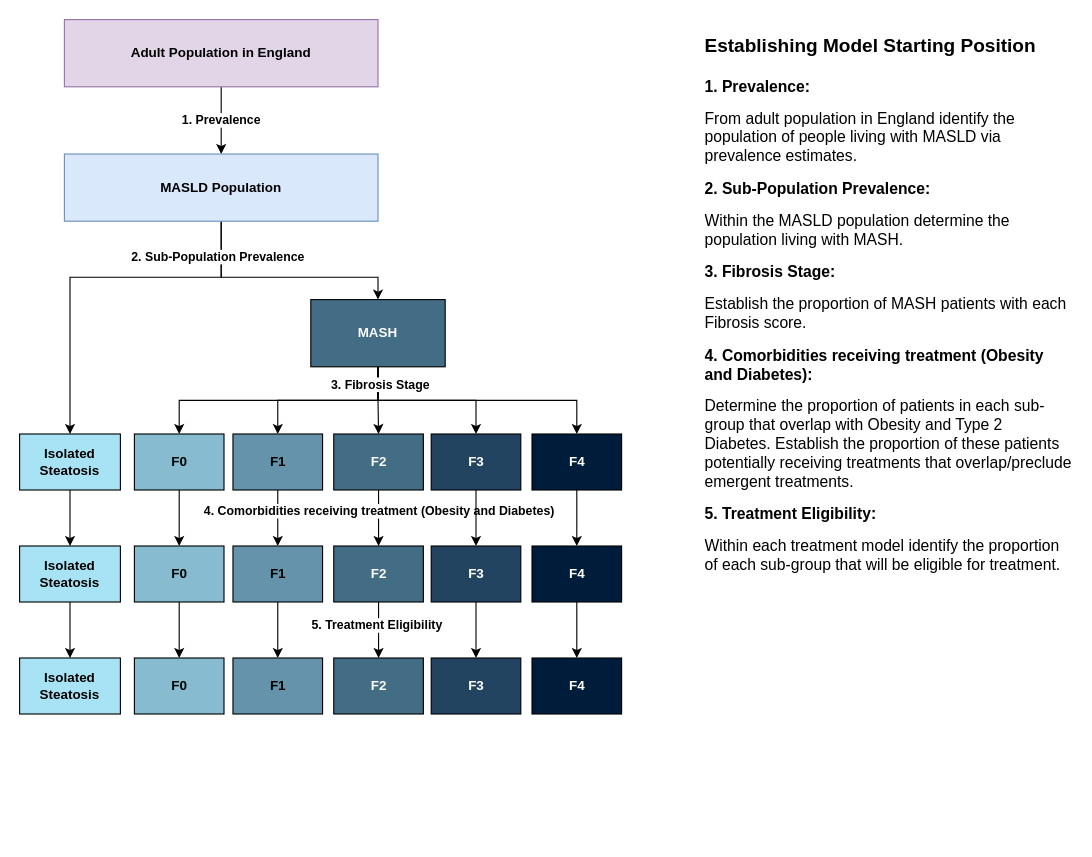
Before: page "Population Definition" (1 of 2) of documentation/specification/diagrams/masld_treatment_modelling_plan.drawio in NHS-Transformation-Unit/masld_treatments_model, a draw.io diagram. Source tidied: cells renumbered, new cells numbered last; positions are measured from the earlier drawing's top-left corner, leaving out a move shared by most shapes. Both pictures are drawn from the tidied source at 112%, with x=0, y=0 at pixel (19, 19).
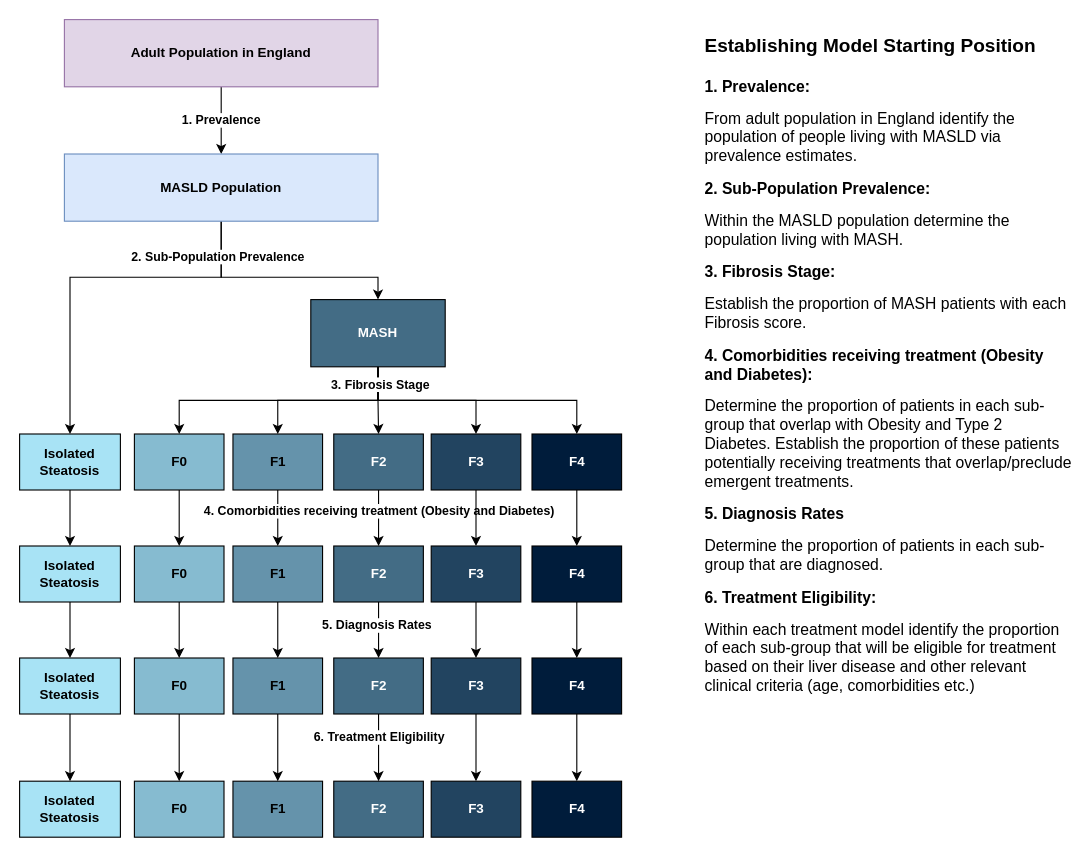
Above is the later version.

The change refers to these unchanged cells:
```xml
<mxCell id="34" style="edgeStyle=orthogonalEdgeStyle;rounded=0;jettySize=auto;html=1;fontStyle=1;" parent="1" edge="1" source="36" target="44">
  <mxGeometry relative="1" as="geometry" />
</mxCell>
<mxCell id="41" value="Isolated Steatosis" style="rounded=0;whiteSpace=wrap;html=1;fillColor=#A8E3F5;fontStyle=1;" parent="1" vertex="1">
  <mxGeometry y="570" width="90" height="50" as="geometry" />
</mxCell>
<mxCell id="42" value="F0" style="rounded=0;whiteSpace=wrap;html=1;fillColor=#86BBD0;fontStyle=1;" parent="1" vertex="1">
  <mxGeometry x="102.5" y="570" width="80" height="50" as="geometry" />
</mxCell>
<mxCell id="43" value="F1" style="rounded=0;whiteSpace=wrap;html=1;fillColor=#6593AB;fontStyle=1;" parent="1" vertex="1">
  <mxGeometry x="190.5" y="570" width="80" height="50" as="geometry" />
</mxCell>
<mxCell id="44" value="F2" style="rounded=0;whiteSpace=wrap;html=1;fillColor=#436C85;fontColor=#FFFFFF;fontStyle=1;" parent="1" vertex="1">
  <mxGeometry x="280.5" y="570" width="80" height="50" as="geometry" />
</mxCell>
<mxCell id="45" value="F3" style="rounded=0;whiteSpace=wrap;html=1;fillColor=#224460;fontColor=#FFFFFF;fontStyle=1;" parent="1" vertex="1">
  <mxGeometry x="367.5" y="570" width="80" height="50" as="geometry" />
</mxCell>
<mxCell id="46" value="F4" style="rounded=0;whiteSpace=wrap;html=1;fillColor=#001C3B;fontColor=#FFFFFF;fontStyle=1;" parent="1" vertex="1">
  <mxGeometry x="457.5" y="570" width="80" height="50" as="geometry" />
</mxCell>
```

Change to the diagram source:
```diff
@@
-    <mxCell id="35" value="5. Treatment Eligibility" style="edgeLabel;html=1;align=center;verticalAlign=middle;fontStyle=1;" parent="34" vertex="1">
+    <mxCell id="35" value="5. Diagnosis Rates" style="edgeLabel;html=1;align=center;verticalAlign=middle;fontStyle=1;" parent="34" vertex="1">
       <mxGeometry x="-0.2" y="-2" relative="1" as="geometry" />
     </mxCell>
@@
+    <mxCell id="48" style="edgeStyle=orthogonalEdgeStyle;rounded=0;jettySize=auto;html=1;" parent="1" edge="1" source="41" target="54">
+      <mxGeometry relative="1" as="geometry" />
+    </mxCell>
@@
+    <mxCell id="49" style="edgeStyle=orthogonalEdgeStyle;rounded=0;jettySize=auto;html=1;" parent="1" edge="1" source="42" target="55">
+      <mxGeometry relative="1" as="geometry" />
+    </mxCell>
@@
+    <mxCell id="50" style="edgeStyle=orthogonalEdgeStyle;rounded=0;jettySize=auto;html=1;" parent="1" edge="1" source="43" target="56">
+      <mxGeometry relative="1" as="geometry" />
+    </mxCell>
@@
+    <mxCell id="51" style="edgeStyle=orthogonalEdgeStyle;rounded=0;jettySize=auto;html=1;" parent="1" edge="1" source="44" target="57">
+      <mxGeometry relative="1" as="geometry" />
+    </mxCell>
@@
+    <mxCell id="52" style="edgeStyle=orthogonalEdgeStyle;rounded=0;jettySize=auto;html=1;" parent="1" edge="1" source="45" target="58">
+      <mxGeometry relative="1" as="geometry" />
+    </mxCell>
@@
+    <mxCell id="53" style="edgeStyle=orthogonalEdgeStyle;rounded=0;jettySize=auto;html=1;" parent="1" edge="1" source="46" target="59">
+      <mxGeometry relative="1" as="geometry" />
+    </mxCell>
@@
-    <mxCell id="47" value="&lt;h1 style=&quot;margin-top: 0px;&quot;&gt;&lt;font style=&quot;font-size: 17px;&quot;&gt;Establishing Model Starting Position&lt;/font&gt;&lt;/h1&gt;&lt;p&gt;&lt;b&gt;&lt;font style=&quot;font-size: 14px;&quot;&gt;1. Prevalence:&lt;/font&gt;&lt;/b&gt;&lt;/p&gt;&lt;p&gt;&lt;font style=&quot;font-size: 14px;&quot;&gt;From adult population in England identify the population of people living with MASLD via prevalence estimates.&lt;/font&gt;&lt;/p&gt;&lt;p&gt;&lt;b&gt;&lt;font style=&quot;font-size: 14px;&quot;&gt;2. Sub-Population Prevalence:&lt;/font&gt;&lt;/b&gt;&lt;/p&gt;&lt;p&gt;&lt;font style=&quot;font-size: 14px;&quot;&gt;Within the MASLD population determine the population living with MASH.&lt;/font&gt;&lt;/p&gt;&lt;p&gt;&lt;b&gt;&lt;font style=&quot;font-size: 14px;&quot;&gt;3. Fibrosis Stage:&lt;/font&gt;&lt;/b&gt;&lt;/p&gt;&lt;p&gt;&lt;font style=&quot;font-size: 14px;&quot;&gt;Establish the proportion of MASH patients with each Fibrosis score.&lt;/font&gt;&lt;/p&gt;&lt;p&gt;&lt;b&gt;&lt;font style=&quot;font-size: 14px;&quot;&gt;4. Comorbidities receiving treatment (Obesity and Diabetes):&lt;/font&gt;&lt;/b&gt;&lt;/p&gt;&lt;p&gt;&lt;font style=&quot;font-size: 14px;&quot;&gt;Determine the proportion of patients in each sub-group that overlap with Obesity and Type 2 Diabetes. Establish the proportion of these patients potentially receiving treatments that overlap/preclude emergent treatments.&lt;/font&gt;&lt;/p&gt;&lt;p&gt;&lt;b&gt;&lt;font style=&quot;font-size: 14px;&quot;&gt;5. Treatment Eligibility:&lt;/font&gt;&lt;/b&gt;&lt;/p&gt;&lt;p&gt;&lt;font style=&quot;font-size: 14px;&quot;&gt;Within each treatment model identify the proportion of each sub-group that will be eligible for treatment.&lt;/font&gt;&lt;/p&gt;" style="text;html=1;whiteSpace=wrap;overflow=hidden;rounded=0;" parent="1" vertex="1">
+    <mxCell id="47" value="&lt;h1 style=&quot;margin-top: 0px;&quot;&gt;&lt;font style=&quot;font-size: 17px;&quot;&gt;Establishing Model Starting Position&lt;/font&gt;&lt;/h1&gt;&lt;p&gt;&lt;b&gt;&lt;font style=&quot;font-size: 14px;&quot;&gt;1. Prevalence:&lt;/font&gt;&lt;/b&gt;&lt;/p&gt;&lt;p&gt;&lt;font style=&quot;font-size: 14px;&quot;&gt;From adult population in England identify the population of people living with MASLD via prevalence estimates.&lt;/font&gt;&lt;/p&gt;&lt;p&gt;&lt;b&gt;&lt;font style=&quot;font-size: 14px;&quot;&gt;2. Sub-Population Prevalence:&lt;/font&gt;&lt;/b&gt;&lt;/p&gt;&lt;p&gt;&lt;font style=&quot;font-size: 14px;&quot;&gt;Within the MASLD population determine the population living with MASH.&lt;/font&gt;&lt;/p&gt;&lt;p&gt;&lt;b&gt;&lt;font style=&quot;font-size: 14px;&quot;&gt;3. Fibrosis Stage:&lt;/font&gt;&lt;/b&gt;&lt;/p&gt;&lt;p&gt;&lt;font style=&quot;font-size: 14px;&quot;&gt;Establish the proportion of MASH patients with each Fibrosis score.&lt;/font&gt;&lt;/p&gt;&lt;p&gt;&lt;b&gt;&lt;font style=&quot;font-size: 14px;&quot;&gt;4. Comorbidities receiving treatment (Obesity and Diabetes):&lt;/font&gt;&lt;/b&gt;&lt;/p&gt;&lt;p&gt;&lt;font style=&quot;font-size: 14px;&quot;&gt;Determine the proportion of patients in each sub-group that overlap with Obesity and Type 2 Diabetes. Establish the proportion of these patients potentially receiving treatments that overlap/preclude emergent treatments.&lt;/font&gt;&lt;/p&gt;&lt;p&gt;&lt;span style=&quot;font-size: 14px;&quot;&gt;&lt;b&gt;5. Diagnosis Rates&lt;/b&gt;&lt;/span&gt;&lt;/p&gt;&lt;p&gt;&lt;span style=&quot;font-size: 14px;&quot;&gt;Determine the proportion of patients in each sub-group that are diagnosed.&lt;/span&gt;&lt;/p&gt;&lt;p&gt;&lt;b&gt;&lt;font style=&quot;font-size: 14px;&quot;&gt;6. Treatment Eligibility:&lt;/font&gt;&lt;/b&gt;&lt;/p&gt;&lt;p&gt;&lt;font style=&quot;font-size: 14px;&quot;&gt;Within each treatment model identify the proportion of each sub-group that will be eligible for treatment based on their liver disease and other relevant clinical criteria (age, comorbidities etc.)&lt;/font&gt;&lt;/p&gt;" style="text;html=1;whiteSpace=wrap;overflow=hidden;rounded=0;" parent="1" vertex="1">
       <mxGeometry x="610" width="330" height="620" as="geometry" />
     </mxCell>
+    <mxCell id="54" value="Isolated Steatosis" style="rounded=0;whiteSpace=wrap;html=1;fillColor=#A8E3F5;fontStyle=1;" parent="1" vertex="1">
+      <mxGeometry y="680" width="90" height="50" as="geometry" />
+    </mxCell>
+    <mxCell id="55" value="F0" style="rounded=0;whiteSpace=wrap;html=1;fillColor=#86BBD0;fontStyle=1;" parent="1" vertex="1">
+      <mxGeometry x="102.5" y="680" width="80" height="50" as="geometry" />
+    </mxCell>
+    <mxCell id="56" value="F1" style="rounded=0;whiteSpace=wrap;html=1;fillColor=#6593AB;fontStyle=1;" parent="1" vertex="1">
+      <mxGeometry x="190.5" y="680" width="80" height="50" as="geometry" />
+    </mxCell>
+    <mxCell id="57" value="F2" style="rounded=0;whiteSpace=wrap;html=1;fillColor=#436C85;fontColor=#FFFFFF;fontStyle=1;" parent="1" vertex="1">
+      <mxGeometry x="280.5" y="680" width="80" height="50" as="geometry" />
+    </mxCell>
+    <mxCell id="58" value="F3" style="rounded=0;whiteSpace=wrap;html=1;fillColor=#224460;fontColor=#FFFFFF;fontStyle=1;" parent="1" vertex="1">
+      <mxGeometry x="367.5" y="680" width="80" height="50" as="geometry" />
+    </mxCell>
+    <mxCell id="59" value="F4" style="rounded=0;whiteSpace=wrap;html=1;fillColor=#001C3B;fontColor=#FFFFFF;fontStyle=1;" parent="1" vertex="1">
+      <mxGeometry x="457.5" y="680" width="80" height="50" as="geometry" />
+    </mxCell>
+    <mxCell id="60" value="6. Treatment Eligibility" style="edgeLabel;html=1;align=center;verticalAlign=middle;fontStyle=1;" parent="1" vertex="1">
+      <mxGeometry x="320.5" y="640" as="geometry" />
+    </mxCell>
```
